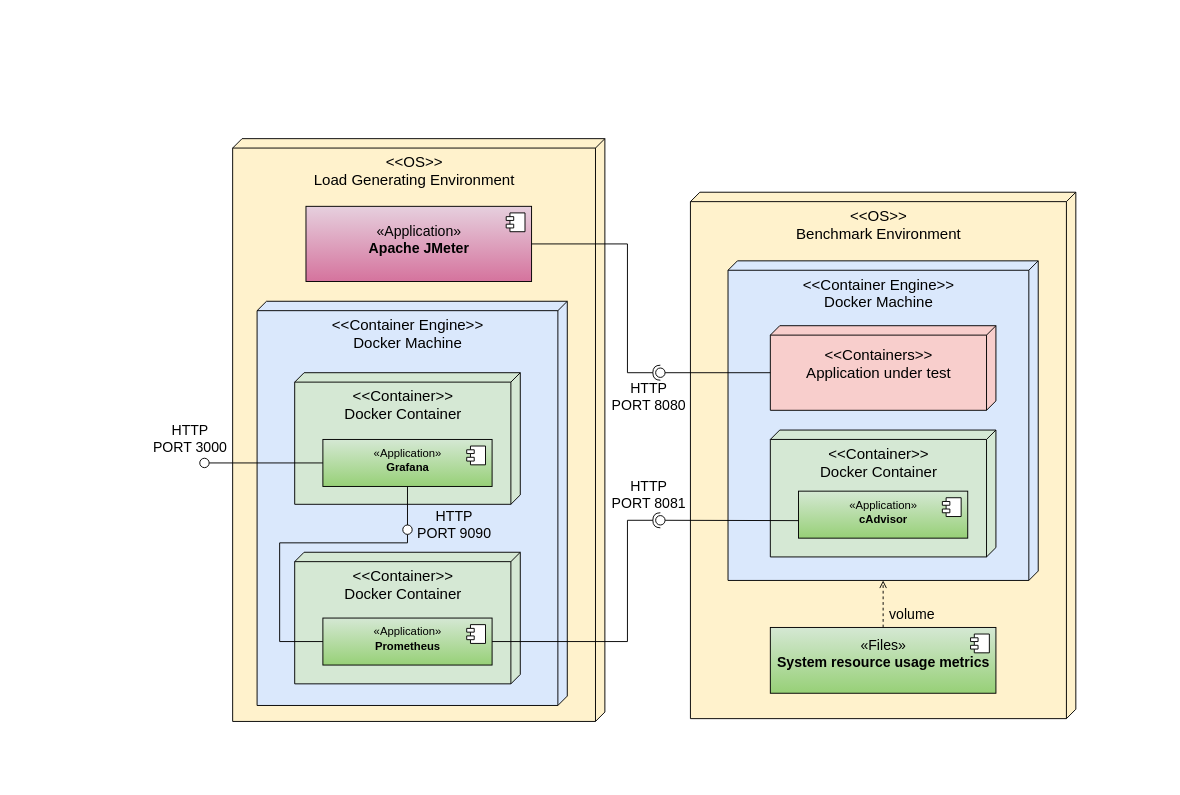
Above: resources/benchmark-deployment-diagram.drawio in rogowski-piotr/system-benchmarking-microservices-spring-boot (draw.io), before the change. Source tidied: cells renumbered, new cells numbered last; positions are measured from the earlier drawing's top-left corner, leaving out a move shared by most shapes. Both pictures are drawn from the tidied source at 94%, with x=0, y=0 at pixel (148, 138).
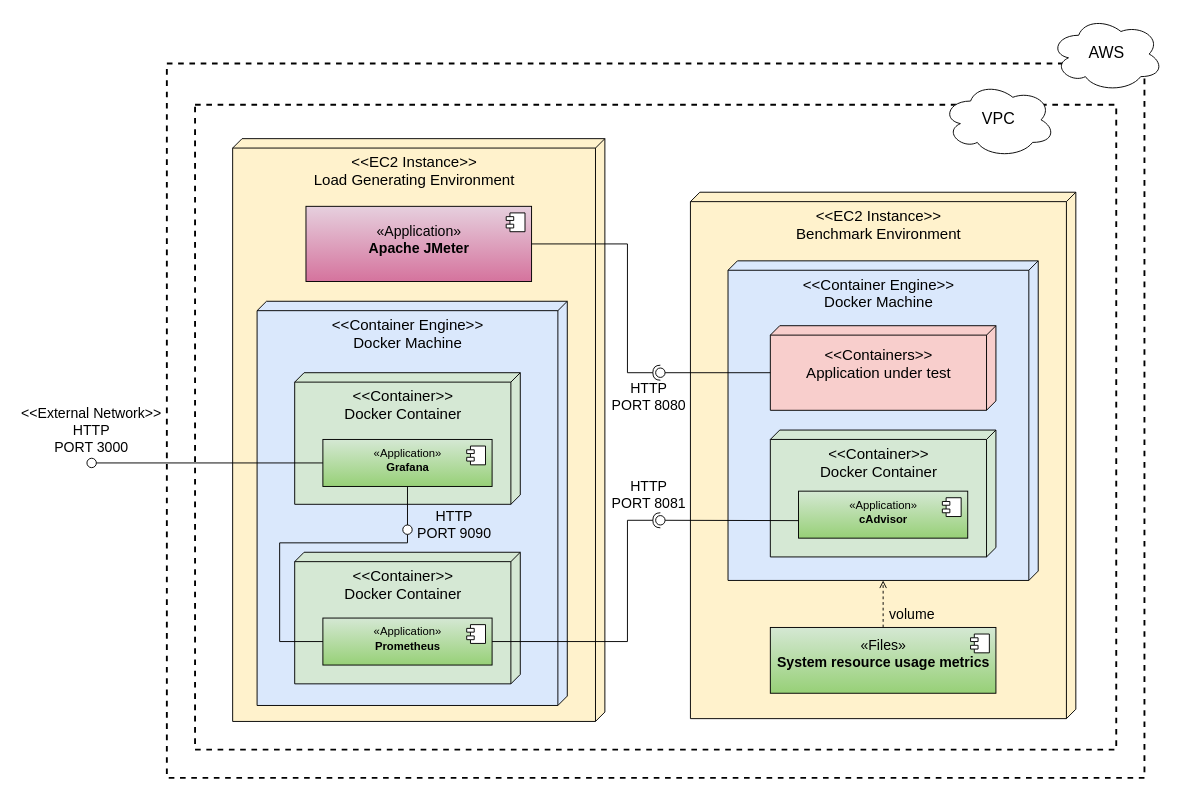
After the change.

Commit message (it also covers changes not shown here):
update deployment diagram

Unchanged cells that the change refers to:
```xml
<mxCell id="18" value="«Application»&lt;br&gt;&lt;b&gt;Grafana&lt;/b&gt;" style="html=1;labelPosition=center;verticalLabelPosition=top;align=center;verticalAlign=bottom;spacing=-37;rounded=0;fillColor=#d5e8d4;strokeColor=#000000;gradientColor=#97d077;" parent="1" vertex="1">
  <mxGeometry x="186" y="320" width="180" height="50" as="geometry" />
</mxCell>
```

Change to the diagram source:
```diff
@@
+    <mxCell id="37" style="whiteSpace=wrap;html=1;dashed=1;strokeWidth=2;" parent="1" vertex="1">
+      <mxGeometry x="20" y="-80" width="1040" height="760" as="geometry" />
+    </mxCell>
+    <mxCell id="38" value="&lt;font style=&quot;font-size: 17px;&quot;&gt;AWS&lt;/font&gt;" style="ellipse;shape=cloud;whiteSpace=wrap;html=1;" parent="1" vertex="1">
+      <mxGeometry x="960" y="-130" width="120" height="80" as="geometry" />
+    </mxCell>
+    <mxCell id="39" style="whiteSpace=wrap;html=1;dashed=1;strokeWidth=2;" parent="1" vertex="1">
+      <mxGeometry x="50" y="-36" width="980" height="686" as="geometry" />
+    </mxCell>
-    <mxCell id="2" value="&lt;span style=&quot;font-size: 16px;&quot;&gt;&amp;lt;&amp;lt;OS&amp;gt;&amp;gt;&lt;/span&gt;&lt;br&gt;&lt;span style=&quot;font-size: 16px;&quot;&gt;Benchmark Environment&lt;/span&gt;" style="verticalAlign=bottom;align=center;spacingTop=8;spacingLeft=2;spacingRight=12;shape=cube;size=10;direction=south;fontStyle=0;html=1;labelPosition=center;verticalLabelPosition=top;spacing=-54;rounded=0;labelBackgroundColor=none;fillColor=#fff2cc;strokeColor=#000000;" parent="1" vertex="1">
+    <mxCell id="2" value="&lt;span style=&quot;font-size: 16px;&quot;&gt;&amp;lt;&amp;lt;&lt;/span&gt;&lt;span style=&quot;font-size: 16px;&quot;&gt;EC2&lt;/span&gt;&lt;span style=&quot;font-size: 16px;&quot;&gt;&amp;nbsp;Instance&lt;/span&gt;&lt;span style=&quot;font-size: 16px;&quot;&gt;&amp;gt;&amp;gt;&lt;/span&gt;&lt;br&gt;&lt;span style=&quot;font-size: 16px;&quot;&gt;Benchmark Environment&lt;/span&gt;" style="verticalAlign=bottom;align=center;spacingTop=8;spacingLeft=2;spacingRight=12;shape=cube;size=10;direction=south;fontStyle=0;html=1;labelPosition=center;verticalLabelPosition=top;spacing=-54;rounded=0;labelBackgroundColor=none;fillColor=#fff2cc;strokeColor=#000000;" parent="1" vertex="1">
       <mxGeometry x="577" y="57" width="410" height="560" as="geometry" />
     </mxCell>
@@
-    <mxCell id="12" value="&lt;span style=&quot;font-size: 16px;&quot;&gt;&amp;lt;&amp;lt;OS&amp;gt;&amp;gt;&lt;/span&gt;&lt;br&gt;&lt;span style=&quot;font-size: 16px;&quot;&gt;Load Generating Environment&lt;/span&gt;" style="verticalAlign=bottom;align=center;spacingTop=8;spacingLeft=2;spacingRight=12;shape=cube;size=10;direction=south;fontStyle=0;html=1;labelPosition=center;verticalLabelPosition=top;spacing=-54;rounded=0;labelBackgroundColor=none;fillColor=#fff2cc;strokeColor=#000000;" parent="1" vertex="1">
+    <mxCell id="12" value="&lt;span style=&quot;font-size: 16px;&quot;&gt;&amp;lt;&amp;lt;EC2 Instance&amp;gt;&amp;gt;&lt;/span&gt;&lt;br&gt;&lt;span style=&quot;font-size: 16px;&quot;&gt;Load Generating Environment&lt;/span&gt;" style="verticalAlign=bottom;align=center;spacingTop=8;spacingLeft=2;spacingRight=12;shape=cube;size=10;direction=south;fontStyle=0;html=1;labelPosition=center;verticalLabelPosition=top;spacing=-54;rounded=0;labelBackgroundColor=none;fillColor=#fff2cc;strokeColor=#000000;" parent="1" vertex="1">
       <mxGeometry x="90" width="396" height="620" as="geometry" />
     </mxCell>
@@
-    <mxCell id="34" style="rounded=0;jettySize=auto;html=1;endArrow=none;endFill=0;sketch=0;sourcePerimeterSpacing=0;targetPerimeterSpacing=0;exitX=0;exitY=0.5;exitDx=0;exitDy=0;" parent="1" edge="1" source="18" target="35">
+    <mxCell id="34" style="rounded=0;orthogonalLoop=1;jettySize=auto;html=1;endArrow=none;endFill=0;sketch=0;targetPerimeterSpacing=0;exitX=0;exitY=0.5;exitDx=0;exitDy=0;startArrow=none;" parent="1" edge="1" source="35" target="35">
       <mxGeometry relative="1" as="geometry" />
     </mxCell>
+    <mxCell id="36" value="&amp;lt;&amp;lt;External Network&amp;gt;&amp;gt;&lt;br&gt;HTTP&lt;br&gt;PORT 3000" style="text;html=1;strokeColor=none;fillColor=none;align=center;verticalAlign=middle;whiteSpace=wrap;rounded=0;fontSize=15;" parent="1" vertex="1">
+      <mxGeometry x="-140" y="295" width="160" height="30" as="geometry" />
+    </mxCell>
     <mxCell id="35" style="ellipse;whiteSpace=wrap;html=1;align=center;points=[];outlineConnect=0;sketch=0;" parent="1" vertex="1">
-      <mxGeometry x="55" y="340" width="10" height="10" as="geometry" />
+      <mxGeometry x="-65" y="340" width="10" height="10" as="geometry" />
     </mxCell>
-    <mxCell id="36" value="HTTP&lt;br&gt;PORT 3000" style="text;html=1;strokeColor=none;fillColor=none;align=center;verticalAlign=middle;whiteSpace=wrap;rounded=0;fontSize=15;" parent="1" vertex="1">
-      <mxGeometry y="304" width="90" height="30" as="geometry" />
-    </mxCell>
+    <mxCell id="40" style="rounded=0;jettySize=auto;html=1;endArrow=none;endFill=0;sketch=0;sourcePerimeterSpacing=0;exitX=0;exitY=0.5;exitDx=0;exitDy=0;" parent="1" edge="1" source="18" target="35">
+      <mxGeometry relative="1" as="geometry" />
+    </mxCell>
+    <mxCell id="41" value="&lt;font style=&quot;font-size: 17px;&quot;&gt;VPC&lt;/font&gt;" style="ellipse;shape=cloud;whiteSpace=wrap;html=1;" parent="1" vertex="1">
+      <mxGeometry x="845" y="-60" width="120" height="80" as="geometry" />
+    </mxCell>
```
